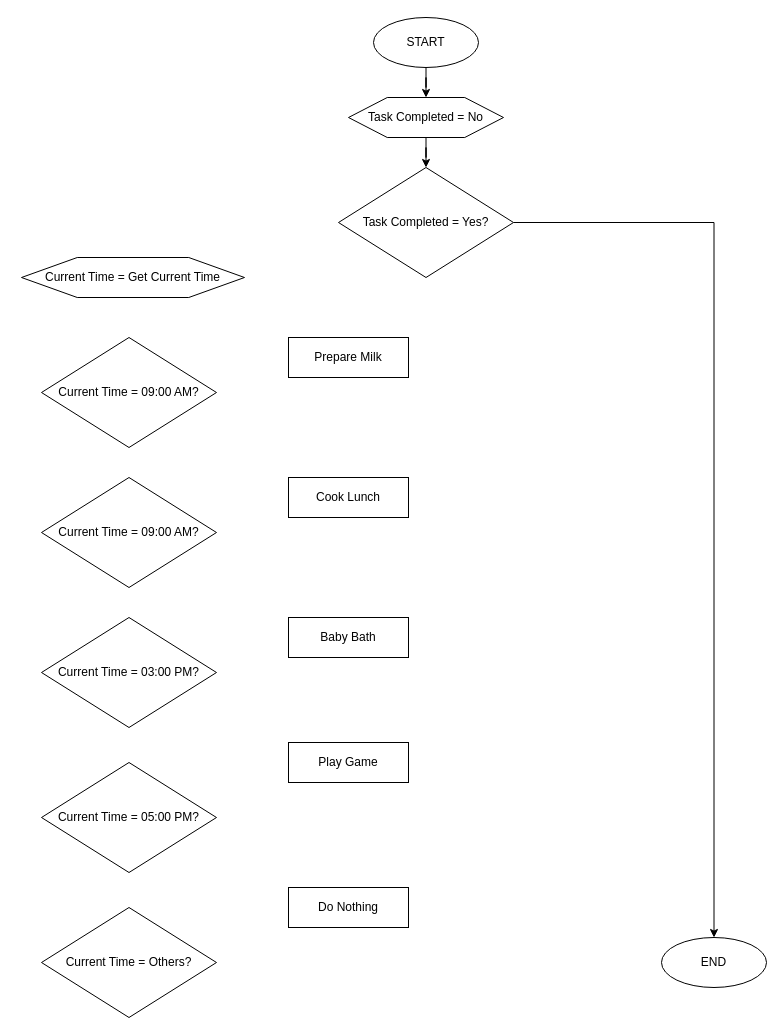
Above: AssignedTask.drawio in jestoy0514/JestoyProjects (draw.io), before the change. Source tidied: cells renumbered, new cells numbered last; positions are measured from the earlier drawing's top-left corner, leaving out a move shared by most shapes. Both pictures are drawn from the tidied source at 100%, with x=0, y=0 at pixel (21, 17).
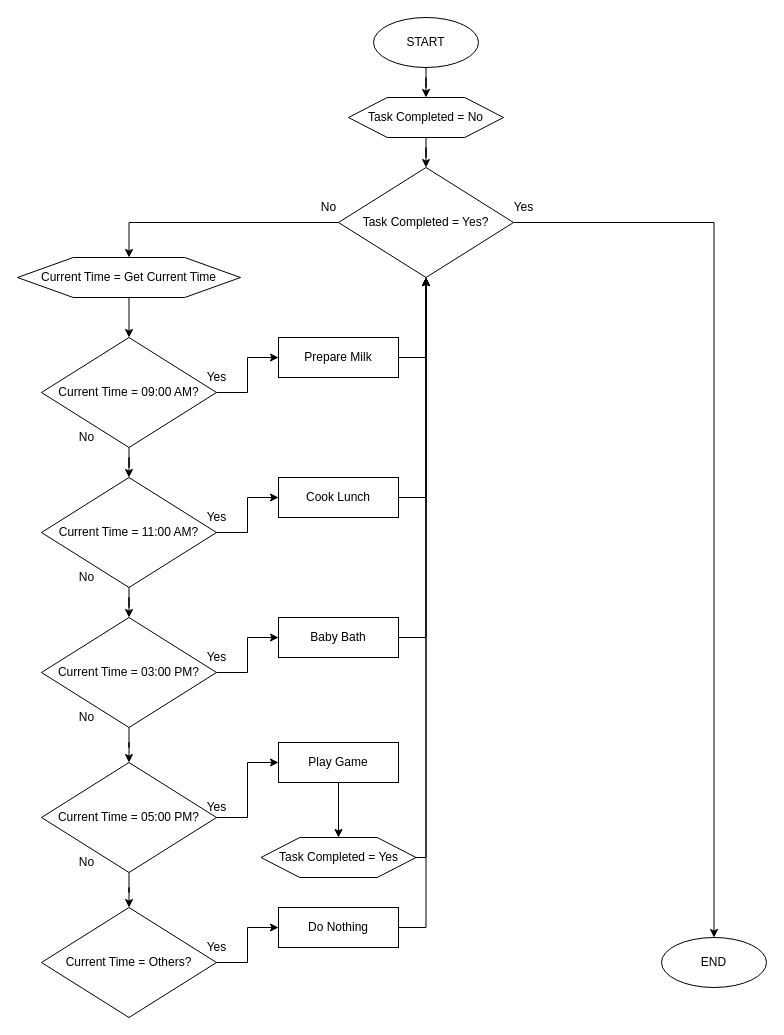
Above is the later version.

The change refers to these unchanged cells:
```xml
<mxCell id="8" value="Task Completed = Yes?" style="rhombus;whiteSpace=wrap;html=1;" parent="1" vertex="1">
  <mxGeometry x="317" y="150" width="175" height="110" as="geometry" />
</mxCell>
<mxCell id="9" value="Current Time = 09:00 AM?" style="rhombus;whiteSpace=wrap;html=1;" parent="1" vertex="1">
  <mxGeometry x="20" y="320" width="175" height="110" as="geometry" />
</mxCell>
<mxCell id="13" value="Current Time = 03:00 PM?" style="rhombus;whiteSpace=wrap;html=1;" parent="1" vertex="1">
  <mxGeometry x="20" y="600" width="175" height="110" as="geometry" />
</mxCell>
<mxCell id="14" value="Current Time = 05:00 PM?" style="rhombus;whiteSpace=wrap;html=1;" parent="1" vertex="1">
  <mxGeometry x="20" y="745" width="175" height="110" as="geometry" />
</mxCell>
<mxCell id="15" value="Current Time = Others?" style="rhombus;whiteSpace=wrap;html=1;" parent="1" vertex="1">
  <mxGeometry x="20" y="890" width="175" height="110" as="geometry" />
</mxCell>
```

What changed in the source:
```diff
@@
+    <mxCell id="20" style="edgeStyle=orthogonalEdgeStyle;rounded=0;jettySize=auto;html=1;entryX=0.5;entryY=0;entryDx=0;entryDy=0;" parent="1" edge="1" source="8" target="10">
+      <mxGeometry relative="1" as="geometry" />
+    </mxCell>
@@
+    <mxCell id="21" style="edgeStyle=orthogonalEdgeStyle;rounded=0;jettySize=auto;html=1;entryX=0.5;entryY=0;entryDx=0;entryDy=0;" parent="1" edge="1" source="9" target="12">
+      <mxGeometry relative="1" as="geometry" />
+    </mxCell>
+    <mxCell id="22" style="edgeStyle=orthogonalEdgeStyle;rounded=0;jettySize=auto;html=1;entryX=0;entryY=0.5;entryDx=0;entryDy=0;" parent="1" edge="1" source="9" target="11">
+      <mxGeometry relative="1" as="geometry" />
+    </mxCell>
@@
+    <mxCell id="23" style="edgeStyle=orthogonalEdgeStyle;rounded=0;jettySize=auto;html=1;entryX=0.5;entryY=0;entryDx=0;entryDy=0;" parent="1" edge="1" source="10" target="9">
+      <mxGeometry relative="1" as="geometry" />
+    </mxCell>
     <mxCell id="10" value="Current Time = Get Current Time" style="shape=hexagon;perimeter=hexagonPerimeter2;whiteSpace=wrap;html=1;" parent="1" vertex="1">
-      <mxGeometry y="240" width="223" height="40" as="geometry" />
+      <mxGeometry x="-4" y="240" width="223" height="40" as="geometry" />
     </mxCell>
+    <mxCell id="24" style="edgeStyle=orthogonalEdgeStyle;rounded=0;jettySize=auto;html=1;exitX=1;exitY=0.5;exitDx=0;exitDy=0;entryX=0.5;entryY=1;entryDx=0;entryDy=0;" parent="1" edge="1" source="11" target="8">
+      <mxGeometry relative="1" as="geometry" />
+    </mxCell>
     <mxCell id="11" value="Prepare Milk" style="rounded=0;whiteSpace=wrap;html=1;" parent="1" vertex="1">
-      <mxGeometry x="267" y="320" width="120" height="40" as="geometry" />
+      <mxGeometry x="257" y="320" width="120" height="40" as="geometry" />
     </mxCell>
+    <mxCell id="25" style="edgeStyle=orthogonalEdgeStyle;rounded=0;jettySize=auto;html=1;" parent="1" edge="1" source="12" target="13">
+      <mxGeometry relative="1" as="geometry" />
+    </mxCell>
+    <mxCell id="26" style="edgeStyle=orthogonalEdgeStyle;rounded=0;jettySize=auto;html=1;entryX=0;entryY=0.5;entryDx=0;entryDy=0;" parent="1" edge="1" source="12" target="16">
+      <mxGeometry relative="1" as="geometry" />
+    </mxCell>
-    <mxCell id="12" value="Current Time = 09:00 AM?" style="rhombus;whiteSpace=wrap;html=1;" parent="1" vertex="1">
+    <mxCell id="12" value="Current Time = 11:00 AM?" style="rhombus;whiteSpace=wrap;html=1;" parent="1" vertex="1">
       <mxGeometry x="20" y="460" width="175" height="110" as="geometry" />
     </mxCell>
+    <mxCell id="27" style="edgeStyle=orthogonalEdgeStyle;rounded=0;jettySize=auto;html=1;entryX=0.5;entryY=0;entryDx=0;entryDy=0;" parent="1" edge="1" source="13" target="14">
+      <mxGeometry relative="1" as="geometry" />
+    </mxCell>
+    <mxCell id="28" style="edgeStyle=orthogonalEdgeStyle;rounded=0;jettySize=auto;html=1;entryX=0;entryY=0.5;entryDx=0;entryDy=0;" parent="1" edge="1" source="13" target="17">
+      <mxGeometry relative="1" as="geometry" />
+    </mxCell>
@@
+    <mxCell id="29" style="edgeStyle=orthogonalEdgeStyle;rounded=0;jettySize=auto;html=1;entryX=0.5;entryY=0;entryDx=0;entryDy=0;" parent="1" edge="1" source="14" target="15">
+      <mxGeometry relative="1" as="geometry" />
+    </mxCell>
+    <mxCell id="30" style="edgeStyle=orthogonalEdgeStyle;rounded=0;jettySize=auto;html=1;exitX=1;exitY=0.5;exitDx=0;exitDy=0;entryX=0;entryY=0.5;entryDx=0;entryDy=0;" parent="1" edge="1" source="14" target="18">
+      <mxGeometry relative="1" as="geometry" />
+    </mxCell>
@@
+    <mxCell id="31" style="edgeStyle=orthogonalEdgeStyle;rounded=0;jettySize=auto;html=1;exitX=1;exitY=0.5;exitDx=0;exitDy=0;entryX=0;entryY=0.5;entryDx=0;entryDy=0;" parent="1" edge="1" source="15" target="19">
+      <mxGeometry relative="1" as="geometry" />
+    </mxCell>
@@
+    <mxCell id="32" style="edgeStyle=orthogonalEdgeStyle;rounded=0;jettySize=auto;html=1;entryX=0.5;entryY=1;entryDx=0;entryDy=0;" parent="1" edge="1" source="16" target="8">
+      <mxGeometry relative="1" as="geometry">
+        <Array as="points">
+          <mxPoint x="405" y="480" />
+        </Array>
+      </mxGeometry>
+    </mxCell>
     <mxCell id="16" value="Cook Lunch" style="rounded=0;whiteSpace=wrap;html=1;" parent="1" vertex="1">
-      <mxGeometry x="267" y="460" width="120" height="40" as="geometry" />
+      <mxGeometry x="257" y="460" width="120" height="40" as="geometry" />
     </mxCell>
+    <mxCell id="33" style="edgeStyle=orthogonalEdgeStyle;rounded=0;jettySize=auto;html=1;entryX=0.5;entryY=1;entryDx=0;entryDy=0;" parent="1" edge="1" source="17" target="8">
+      <mxGeometry relative="1" as="geometry">
+        <Array as="points">
+          <mxPoint x="405" y="620" />
+        </Array>
+      </mxGeometry>
+    </mxCell>
     <mxCell id="17" value="Baby Bath" style="rounded=0;whiteSpace=wrap;html=1;" parent="1" vertex="1">
-      <mxGeometry x="267" y="600" width="120" height="40" as="geometry" />
+      <mxGeometry x="257" y="600" width="120" height="40" as="geometry" />
     </mxCell>
+    <mxCell id="34" style="edgeStyle=orthogonalEdgeStyle;rounded=0;jettySize=auto;html=1;entryX=0.5;entryY=0;entryDx=0;entryDy=0;" parent="1" edge="1" source="18" target="39">
+      <mxGeometry relative="1" as="geometry" />
+    </mxCell>
     <mxCell id="18" value="Play Game" style="rounded=0;whiteSpace=wrap;html=1;" parent="1" vertex="1">
-      <mxGeometry x="267" y="725" width="120" height="40" as="geometry" />
+      <mxGeometry x="257" y="725" width="120" height="40" as="geometry" />
     </mxCell>
+    <mxCell id="35" style="edgeStyle=orthogonalEdgeStyle;rounded=0;jettySize=auto;html=1;entryX=0.5;entryY=1;entryDx=0;entryDy=0;" parent="1" edge="1" source="19" target="8">
+      <mxGeometry relative="1" as="geometry">
+        <Array as="points">
+          <mxPoint x="405" y="910" />
+        </Array>
+      </mxGeometry>
+    </mxCell>
     <mxCell id="19" value="Do Nothing" style="rounded=0;whiteSpace=wrap;html=1;" parent="1" vertex="1">
-      <mxGeometry x="267" y="870" width="120" height="40" as="geometry" />
+      <mxGeometry x="257" y="890" width="120" height="40" as="geometry" />
     </mxCell>
+    <mxCell id="36" value="Yes" style="text;html=1;align=center;verticalAlign=middle;" parent="1" vertex="1">
+      <mxGeometry x="482" y="180" width="40" height="20" as="geometry" />
+    </mxCell>
+    <mxCell id="37" value="No" style="text;html=1;align=center;verticalAlign=middle;" parent="1" vertex="1">
+      <mxGeometry x="292" y="180" width="30" height="20" as="geometry" />
+    </mxCell>
+    <mxCell id="38" style="edgeStyle=orthogonalEdgeStyle;rounded=0;jettySize=auto;html=1;entryX=0.5;entryY=1;entryDx=0;entryDy=0;" parent="1" edge="1" source="39" target="8">
+      <mxGeometry relative="1" as="geometry">
+        <Array as="points">
+          <mxPoint x="405" y="840" />
+        </Array>
+      </mxGeometry>
+    </mxCell>
+    <mxCell id="39" value="Task Completed = Yes" style="shape=hexagon;perimeter=hexagonPerimeter2;whiteSpace=wrap;html=1;" parent="1" vertex="1">
+      <mxGeometry x="239.5" y="820" width="155" height="40" as="geometry" />
+    </mxCell>
+    <mxCell id="40" value="No" style="text;html=1;align=center;verticalAlign=middle;" parent="1" vertex="1">
+      <mxGeometry x="50" y="410" width="30" height="20" as="geometry" />
+    </mxCell>
+    <mxCell id="41" value="No" style="text;html=1;align=center;verticalAlign=middle;" parent="1" vertex="1">
+      <mxGeometry x="50" y="550" width="30" height="20" as="geometry" />
+    </mxCell>
+    <mxCell id="42" value="No" style="text;html=1;align=center;verticalAlign=middle;" parent="1" vertex="1">
+      <mxGeometry x="50" y="690" width="30" height="20" as="geometry" />
+    </mxCell>
+    <mxCell id="43" value="No" style="text;html=1;align=center;verticalAlign=middle;" parent="1" vertex="1">
+      <mxGeometry x="50" y="835" width="30" height="20" as="geometry" />
+    </mxCell>
+    <mxCell id="44" value="Yes" style="text;html=1;align=center;verticalAlign=middle;" parent="1" vertex="1">
+      <mxGeometry x="175" y="350" width="40" height="20" as="geometry" />
+    </mxCell>
+    <mxCell id="45" value="Yes" style="text;html=1;align=center;verticalAlign=middle;" parent="1" vertex="1">
+      <mxGeometry x="175" y="490" width="40" height="20" as="geometry" />
+    </mxCell>
+    <mxCell id="46" value="Yes" style="text;html=1;align=center;verticalAlign=middle;" parent="1" vertex="1">
+      <mxGeometry x="175" y="630" width="40" height="20" as="geometry" />
+    </mxCell>
+    <mxCell id="47" value="Yes" style="text;html=1;align=center;verticalAlign=middle;" parent="1" vertex="1">
+      <mxGeometry x="175" y="780" width="40" height="20" as="geometry" />
+    </mxCell>
+    <mxCell id="48" value="Yes" style="text;html=1;align=center;verticalAlign=middle;" parent="1" vertex="1">
+      <mxGeometry x="175" y="920" width="40" height="20" as="geometry" />
+    </mxCell>
```
